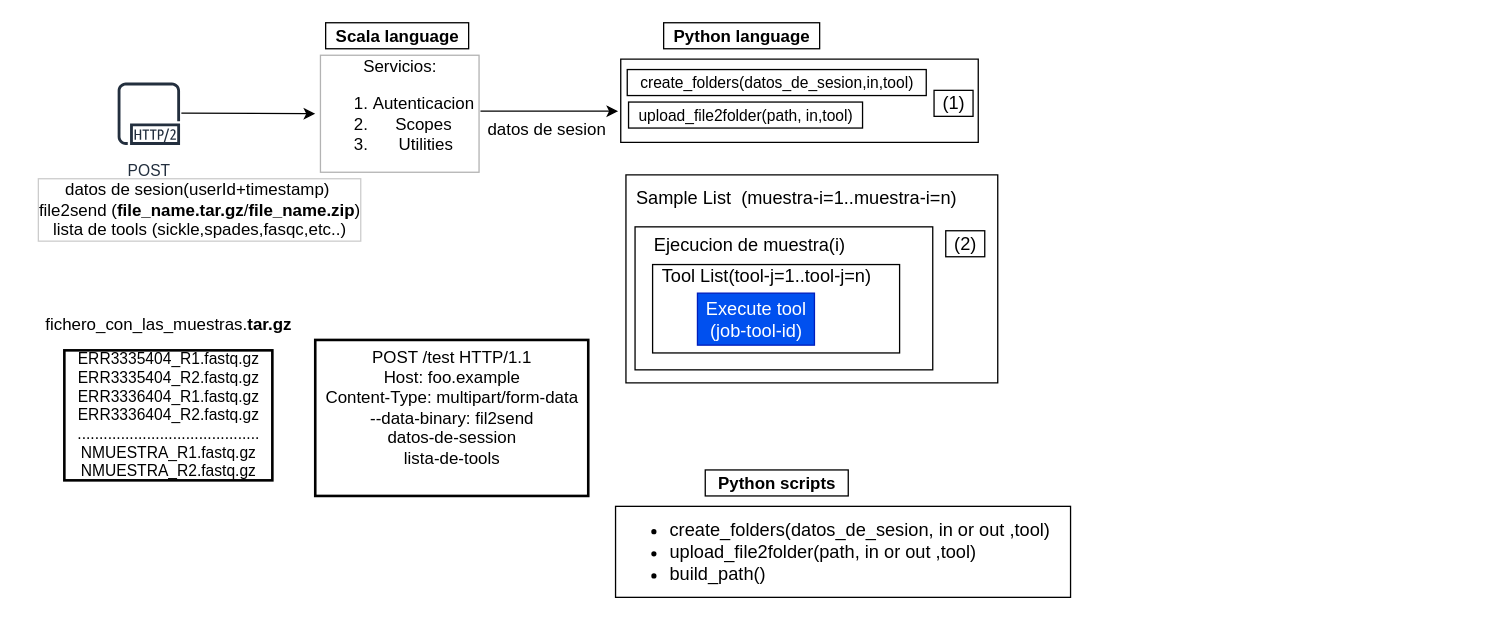
Earlier version of the draw.io diagram page "Genx-main-Scripts" (3 of 3) of GenXcloudImpl.drawio (ldipotetjob/genx). Source tidied: cells renumbered, new cells numbered last; positions are measured from the earlier drawing's top-left corner, leaving out a move shared by most shapes. Both pictures are drawn from the tidied source at 130%, with x=0, y=0 at pixel (30, 22).
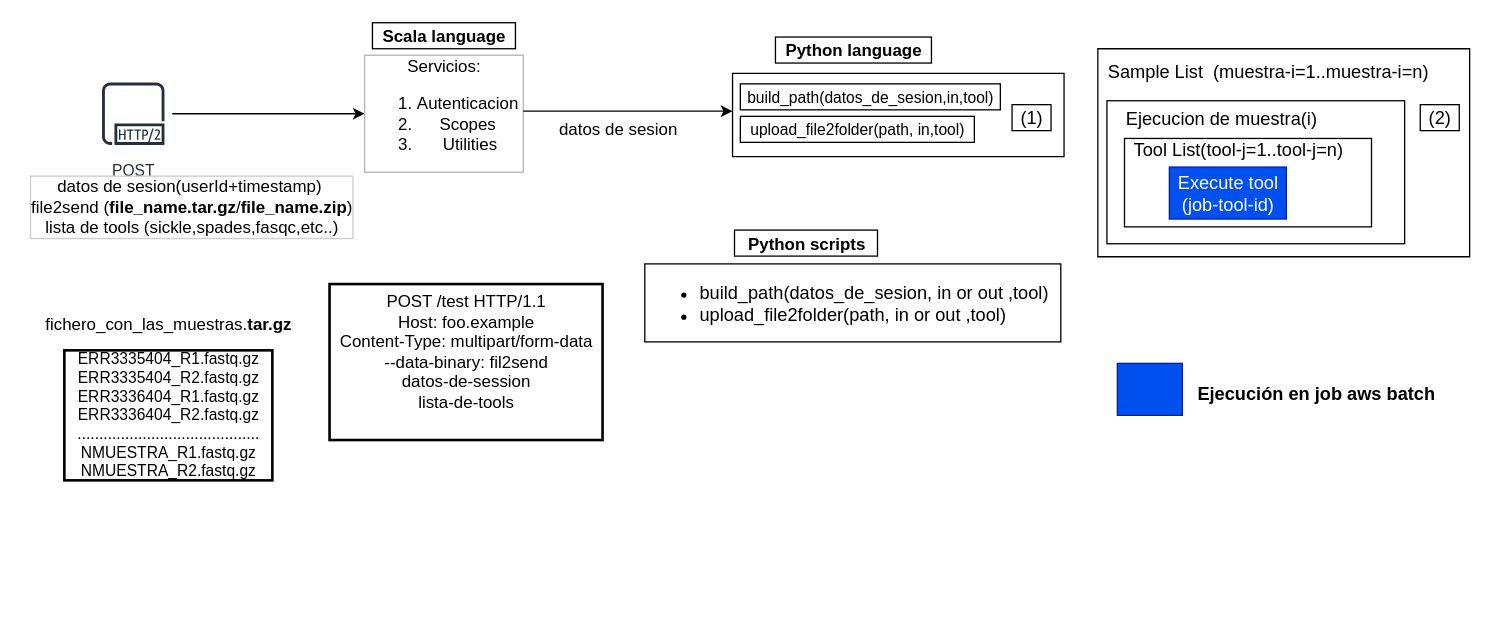
After the change.

What changed in the source:
```diff
@@
     <mxCell id="2" style="verticalLabelPosition=bottom;verticalAlign=top;html=1;shape=mxgraph.basic.rect;fillColor2=none;strokeWidth=1;size=20;indent=5;fontSize=14;fillColor=none;" parent="1" vertex="1">
-      <mxGeometry x="458" y="117" width="286" height="160" as="geometry" />
+      <mxGeometry x="821" y="20" width="286" height="160" as="geometry" />
     </mxCell>
     <mxCell id="3" style="rounded=0;whiteSpace=wrap;html=1;fontSize=14;strokeColor=default;strokeWidth=1;fillColor=none;align=left;" parent="1" vertex="1">
-      <mxGeometry x="465" y="157" width="229" height="110" as="geometry" />
+      <mxGeometry x="828" y="60" width="229" height="110" as="geometry" />
     </mxCell>
     <mxCell id="4" value="Ejecucion de muestra(i)" style="text;html=1;align=center;verticalAlign=middle;strokeColor=none;fillColor=none;fontSize=14;" parent="1" vertex="1">
-      <mxGeometry x="473" y="161" width="160" height="20" as="geometry" />
+      <mxGeometry x="836" y="64" width="160" height="20" as="geometry" />
     </mxCell>
-    <mxCell id="5" style="verticalLabelPosition=bottom;verticalAlign=top;html=1;shape=mxgraph.basic.rect;fillColor2=none;strokeWidth=1;size=20;indent=5;fontSize=13;" parent="1" vertex="1">
-      <mxGeometry x="454" y="28" width="275" height="64" as="geometry" />
+    <mxCell id="5" style="verticalLabelPosition=bottom;verticalAlign=top;html=1;shape=mxgraph.basic.rect;fillColor2=none;strokeWidth=1;size=20;indent=5;fontSize=13;fillColor=none;" parent="1" vertex="1">
+      <mxGeometry x="540" y="39" width="255" height="64" as="geometry" />
     </mxCell>
     <mxCell id="6" value="POST" style="outlineConnect=0;fontColor=#232F3E;gradientColor=none;strokeColor=#232F3E;fillColor=#ffffff;dashed=0;verticalLabelPosition=bottom;verticalAlign=top;align=center;html=1;fontSize=12;fontStyle=0;shape=mxgraph.aws4.resourceIcon;resIcon=mxgraph.aws4.http2_protocol;" parent="1" vertex="1">
-      <mxGeometry x="61" y="40" width="60" height="60" as="geometry" />
+      <mxGeometry x="49" y="40" width="60" height="60" as="geometry" />
     </mxCell>
     <mxCell id="7" value="datos de sesion(userId+timestamp)&amp;nbsp;&lt;br&gt;file2send&lt;b&gt; &lt;/b&gt;(&lt;b&gt;file_name.tar.gz&lt;/b&gt;/&lt;b&gt;file_name.zip&lt;/b&gt;)&lt;br&gt;lista de tools (sickle,spades,fasqc,etc..)" style="text;align=center;verticalAlign=middle;strokeColor=none;fillColor=none;fontSize=13;labelBorderColor=#CCCCCC;html=1;" parent="1" vertex="1">
-      <mxGeometry y="119" width="260" height="50" as="geometry" />
+      <mxGeometry x="-6" y="117" width="260" height="50" as="geometry" />
     </mxCell>
-    <mxCell id="8" style="endArrow=classic;html=1;rounded=0;fontSize=13;" parent="1" edge="1">
+    <mxCell id="8" style="endArrow=classic;html=1;rounded=0;fontSize=13;" parent="1" edge="1" source="6">
       <mxGeometry relative="1" as="geometry">
-        <mxPoint x="116" y="69.5" as="sourcePoint" />
-        <mxPoint x="219" y="70" as="targetPoint" />
+        <mxPoint x="257" y="70" as="targetPoint" />
       </mxGeometry>
     </mxCell>
     <mxCell id="9" value="Servicios:&lt;br&gt;&lt;ol&gt;&lt;li&gt;Autenticacion&amp;nbsp;&lt;/li&gt;&lt;li&gt;Scopes&amp;nbsp;&lt;/li&gt;&lt;li&gt;Utilities&lt;/li&gt;&lt;/ol&gt;" style="text;html=1;align=center;verticalAlign=middle;strokeColor=none;fillColor=none;fontSize=13;labelBorderColor=#B3B3B3;" parent="1" vertex="1">
-      <mxGeometry x="214" y="20" width="140" height="100" as="geometry" />
+      <mxGeometry x="248" y="20" width="140" height="100" as="geometry" />
     </mxCell>
-    <mxCell id="10" style="endArrow=classic;html=1;rounded=0;fontSize=13;exitX=0.979;exitY=0.48;exitDx=0;exitDy=0;exitPerimeter=0;" parent="1" edge="1">
+    <mxCell id="10" style="endArrow=classic;html=1;rounded=0;fontSize=13;" parent="1" edge="1">
       <mxGeometry relative="1" as="geometry">
-        <mxPoint x="346.1" y="68" as="sourcePoint" />
-        <mxPoint x="452" y="68" as="targetPoint" />
+        <mxPoint x="379" y="68" as="sourcePoint" />
+        <mxPoint x="540" y="68" as="targetPoint" />
       </mxGeometry>
     </mxCell>
@@
     <mxCell id="13" value="&lt;div&gt;POST /test HTTP/1.1&lt;/div&gt;&lt;div&gt;Host: foo.example&lt;/div&gt;&lt;div&gt;Content-Type: multipart/form-data&lt;/div&gt;&lt;div&gt;--data-binary: fil2send&lt;/div&gt;&lt;div&gt;datos-de-session&lt;/div&gt;&lt;div&gt;lista-de-tools&lt;/div&gt;&lt;div&gt;&lt;br&gt;&lt;/div&gt;" style="text;html=1;align=center;verticalAlign=middle;strokeColor=default;fillColor=none;fontSize=13;strokeWidth=2;" parent="1" vertex="1">
-      <mxGeometry x="219" y="244" width="210" height="120" as="geometry" />
+      <mxGeometry x="230" y="201" width="210" height="120" as="geometry" />
     </mxCell>
     <mxCell id="14" value="&lt;b&gt;Scala language&lt;/b&gt;" style="text;html=1;align=center;verticalAlign=middle;strokeColor=default;fillColor=none;fontSize=13;" parent="1" vertex="1">
-      <mxGeometry x="227" width="110" height="20" as="geometry" />
+      <mxGeometry x="263" width="110" height="20" as="geometry" />
     </mxCell>
-    <mxCell id="15" value="&lt;font style=&quot;font-size: 12px&quot;&gt;create_folders(datos_de_sesion,in,tool)&lt;/font&gt;" style="text;html=1;align=center;verticalAlign=middle;strokeColor=default;fillColor=none;fontSize=13;" parent="1" vertex="1">
-      <mxGeometry x="459" y="36" width="230" height="20" as="geometry" />
+    <mxCell id="15" value="&lt;font style=&quot;font-size: 12px&quot;&gt;build_path(datos_de_sesion,in,tool)&lt;/font&gt;" style="text;html=1;align=center;verticalAlign=middle;strokeColor=default;fillColor=none;fontSize=13;" parent="1" vertex="1">
+      <mxGeometry x="546" y="47" width="200" height="20" as="geometry" />
     </mxCell>
     <mxCell id="16" value="datos de sesion" style="text;html=1;align=center;verticalAlign=middle;strokeColor=none;fillColor=none;fontSize=13;" parent="1" vertex="1">
-      <mxGeometry x="342" y="72" width="110" height="20" as="geometry" />
+      <mxGeometry x="397" y="72" width="110" height="20" as="geometry" />
     </mxCell>
     <mxCell id="17" value="&lt;font style=&quot;font-size: 12px&quot;&gt;upload_file2folder(path, in,tool)&lt;/font&gt;" style="text;html=1;align=center;verticalAlign=middle;strokeColor=default;fillColor=none;fontSize=13;" parent="1" vertex="1">
-      <mxGeometry x="460" y="61" width="180" height="20" as="geometry" />
+      <mxGeometry x="546" y="72" width="180" height="20" as="geometry" />
     </mxCell>
     <mxCell id="18" value="&lt;b&gt;Python language&lt;/b&gt;" style="text;html=1;align=center;verticalAlign=middle;strokeColor=default;fillColor=none;fontSize=13;" parent="1" vertex="1">
-      <mxGeometry x="487" width="120" height="20" as="geometry" />
+      <mxGeometry x="573" y="11" width="120" height="20" as="geometry" />
     </mxCell>
-    <mxCell id="19" value="&lt;ul&gt;&lt;li&gt;&lt;font style=&quot;font-size: 14px&quot;&gt;create_folders(datos_de_sesion, in or out ,tool)&lt;/font&gt;&lt;/li&gt;&lt;li&gt;&lt;font style=&quot;font-size: 14px&quot;&gt;upload_file2folder(path, in or out ,tool)&lt;/font&gt;&lt;/li&gt;&lt;li&gt;&lt;font style=&quot;font-size: 14px&quot;&gt;build_path()&lt;/font&gt;&lt;/li&gt;&lt;/ul&gt;" style="text;html=1;align=left;verticalAlign=middle;strokeColor=default;fillColor=none;fontSize=12;" parent="1" vertex="1">
-      <mxGeometry x="450" y="372" width="350" height="70" as="geometry" />
+    <mxCell id="19" value="&lt;ul&gt;&lt;li&gt;&lt;font style=&quot;font-size: 14px&quot;&gt;build_path(datos_de_sesion, in or out ,tool)&lt;/font&gt;&lt;/li&gt;&lt;li&gt;&lt;font style=&quot;font-size: 14px&quot;&gt;upload_file2folder(path, in or out ,tool)&lt;/font&gt;&lt;/li&gt;&lt;/ul&gt;" style="text;html=1;align=left;verticalAlign=middle;strokeColor=default;fillColor=none;fontSize=12;" parent="1" vertex="1">
+      <mxGeometry x="472.5" y="185.5" width="320" height="60" as="geometry" />
     </mxCell>
     <mxCell id="20" value="(1)" style="text;html=1;align=center;verticalAlign=middle;strokeColor=default;fillColor=none;fontSize=14;" parent="1" vertex="1">
-      <mxGeometry x="695" y="52" width="30" height="20" as="geometry" />
+      <mxGeometry x="755" y="63" width="30" height="20" as="geometry" />
     </mxCell>
     <mxCell id="21" value="Sample List&amp;nbsp; (muestra-i=1..muestra-i=n)" style="text;html=1;align=center;verticalAlign=middle;strokeColor=none;fillColor=none;fontSize=14;" parent="1" vertex="1">
-      <mxGeometry x="459" y="125" width="260" height="20" as="geometry" />
+      <mxGeometry x="822" y="28" width="260" height="20" as="geometry" />
     </mxCell>
     <mxCell id="22" style="rounded=0;whiteSpace=wrap;html=1;fontSize=14;strokeColor=default;strokeWidth=1;fillColor=none;align=left;" parent="1" vertex="1">
-      <mxGeometry x="478.5" y="186" width="190" height="68" as="geometry" />
+      <mxGeometry x="841.5" y="89" width="190" height="68" as="geometry" />
     </mxCell>
     <mxCell id="23" value="Tool List(tool-j=1..tool-j=n)" style="text;html=1;align=center;verticalAlign=middle;strokeColor=none;fillColor=none;fontSize=14;" parent="1" vertex="1">
-      <mxGeometry x="476" y="185" width="180" height="20" as="geometry" />
+      <mxGeometry x="839" y="88" width="180" height="20" as="geometry" />
     </mxCell>
     <mxCell id="24" value="Execute tool&lt;br&gt;(job-tool-id)" style="text;html=1;align=center;verticalAlign=middle;strokeColor=#001DBC;fillColor=#0050ef;fontSize=14;fontColor=#ffffff;" parent="1" vertex="1">
-      <mxGeometry x="513" y="208" width="90" height="40" as="geometry" />
+      <mxGeometry x="876" y="111" width="90" height="40" as="geometry" />
     </mxCell>
     <mxCell id="25" value="(2)" style="text;html=1;align=center;verticalAlign=middle;strokeColor=default;fillColor=none;fontSize=14;" parent="1" vertex="1">
-      <mxGeometry x="704" y="160" width="30" height="20" as="geometry" />
+      <mxGeometry x="1069" y="63" width="30" height="20" as="geometry" />
     </mxCell>
     <mxCell id="26" value="&lt;b&gt;Python scripts&lt;/b&gt;" style="text;html=1;align=center;verticalAlign=middle;strokeColor=default;fillColor=none;fontSize=13;" parent="1" vertex="1">
-      <mxGeometry x="519" y="344" width="110" height="20" as="geometry" />
+      <mxGeometry x="541.5" y="159.5" width="110" height="20" as="geometry" />
     </mxCell>
+    <mxCell id="27" style="text;html=1;align=center;verticalAlign=middle;strokeColor=#001DBC;fillColor=#0050ef;fontSize=14;fontColor=#ffffff;" parent="1" vertex="1">
+      <mxGeometry x="836" y="262" width="50" height="40" as="geometry" />
+    </mxCell>
+    <mxCell id="28" value="&lt;b&gt;Ejecución en job aws batch&lt;/b&gt;" style="text;html=1;align=center;verticalAlign=middle;strokeColor=none;fillColor=none;fontSize=14;" parent="1" vertex="1">
+      <mxGeometry x="889" y="276" width="200" height="20" as="geometry" />
+    </mxCell>
```
